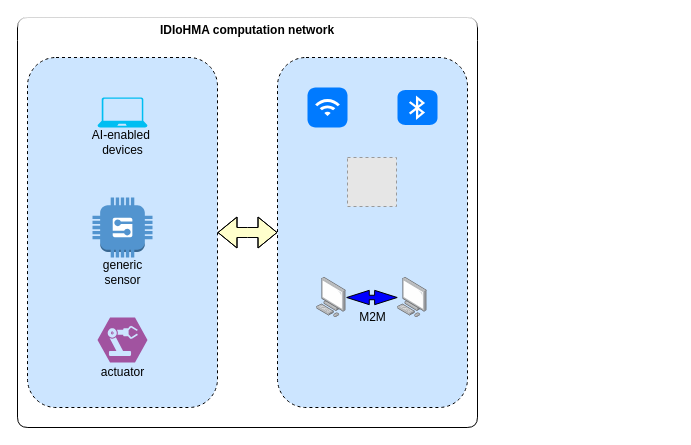
Before: images/workflowIDIoHMA.drawio in josura/European-proposal, a draw.io diagram. Source tidied: cells renumbered, new cells numbered last; positions are measured from the earlier drawing's top-left corner, leaving out a move shared by most shapes. Both pictures are drawn from the tidied source at 100%, with x=0, y=0 at pixel (17, 17). Pictures stored in the file or linked from it are replaced by grey dashed boxes.
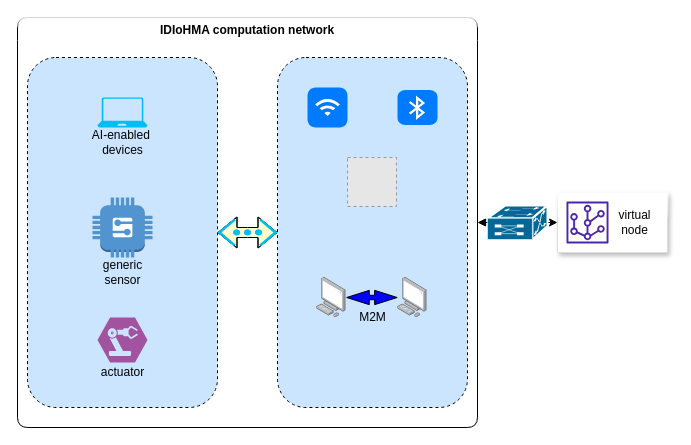
After the change.

Unchanged cells that the change refers to:
```xml
<mxCell id="18" value="IDIoHMA computation network" style="swimlane;fillColor=#FFFFFF;rounded=1;shadow=0;sketch=0;glass=1;swimlaneLine=0;" parent="1" vertex="1">
  <mxGeometry width="460" height="410" as="geometry" />
</mxCell>
```

The edit, as a diff of the source:
```diff
@@
+    <mxCell id="19" style="edgeStyle=orthogonalEdgeStyle;rounded=0;jettySize=auto;html=1;exitX=1;exitY=0.5;exitDx=0;exitDy=0;entryX=0;entryY=0.5;entryDx=0;entryDy=0;startArrow=block;fillColor=none;" parent="1" edge="1" source="18" target="23">
+      <mxGeometry relative="1" as="geometry" />
+    </mxCell>
@@
+    <mxCell id="20" style="verticalLabelPosition=bottom;html=1;verticalAlign=top;align=center;strokeColor=none;fillColor=#00BEF2;shape=mxgraph.azure.virtual_network;rounded=1;shadow=0;glass=1;sketch=0;" parent="18" vertex="1">
+      <mxGeometry x="200" y="201.2" width="60" height="27.5" as="geometry" />
+    </mxCell>
+    <mxCell id="21" style="shape=mxgraph.cisco.switches.multiswitch_device;html=1;dashed=0;fillColor=#036897;strokeColor=#ffffff;strokeWidth=2;verticalLabelPosition=bottom;verticalAlign=top;align=center;rounded=1;shadow=0;glass=1;sketch=0;" parent="1" vertex="1">
+      <mxGeometry x="470" y="188" width="60" height="34" as="geometry" />
+    </mxCell>
+    <mxCell id="22" style="group;" parent="1" vertex="1">
+      <mxGeometry x="540" y="175" width="110" height="60" as="geometry" />
+    </mxCell>
+    <mxCell id="23" style="strokeColor=#dddddd;shadow=1;strokeWidth=1;rounded=1;absoluteArcSize=1;arcSize=2;glass=1;sketch=0;fillColor=#FFFFFF;" parent="22" vertex="1">
+      <mxGeometry width="110" height="60" as="geometry" />
+    </mxCell>
+    <mxCell id="24" style="sketch=0;fontColor=#232F3E;gradientColor=none;fillColor=#4D27AA;strokeColor=none;dashed=0;verticalLabelPosition=bottom;verticalAlign=top;align=center;html=1;fontSize=12;fontStyle=0;shape=mxgraph.aws4.virtual_node;rounded=1;shadow=0;glass=1;" parent="22" vertex="1">
+      <mxGeometry x="9" y="9" width="42" height="42" as="geometry" />
+    </mxCell>
+    <mxCell id="25" value="virtual &lt;br&gt;node" style="text;html=1;align=center;verticalAlign=middle;strokeColor=none;fillColor=none;" parent="22" vertex="1">
+      <mxGeometry x="52" y="15" width="50" height="30" as="geometry" />
+    </mxCell>
```
